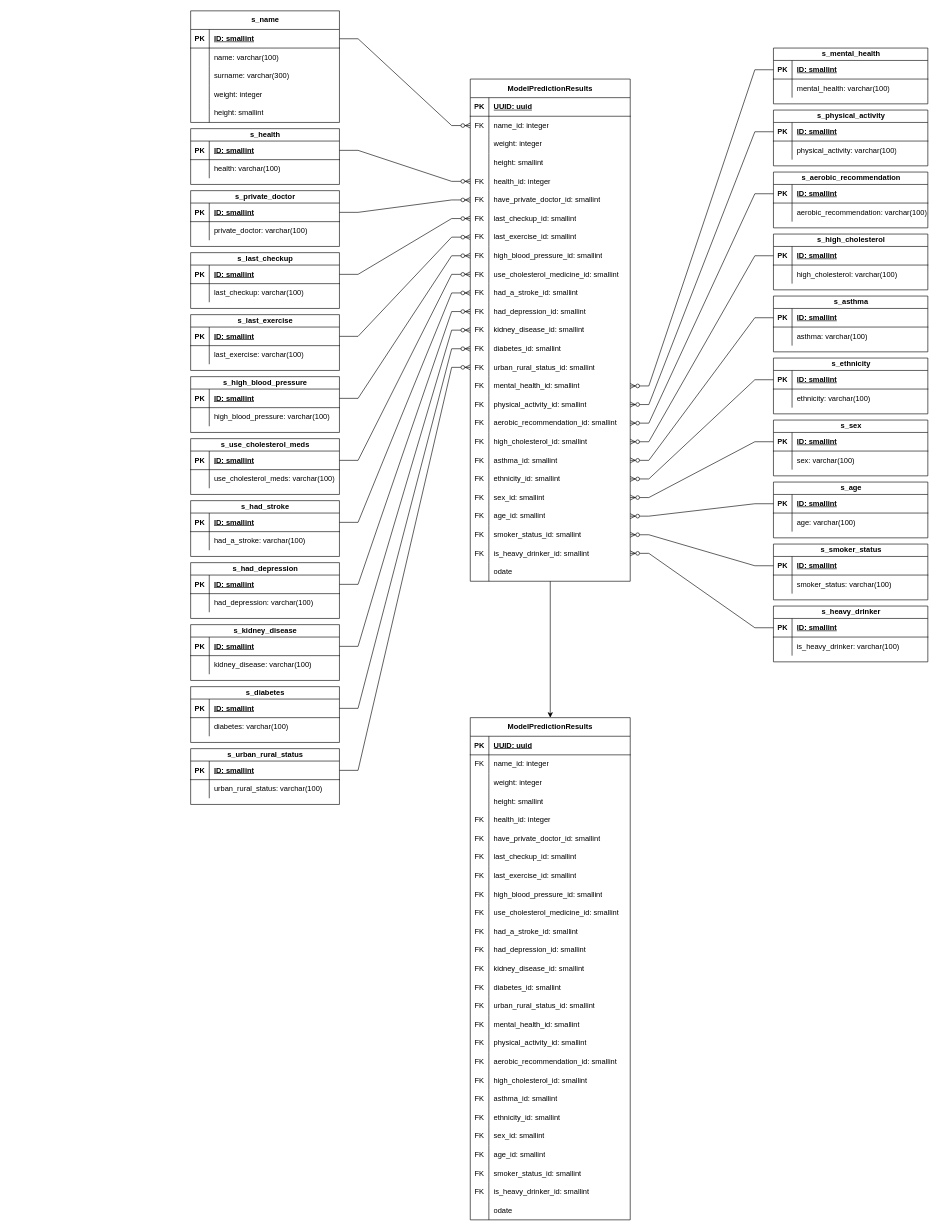
The draw.io diagram MER.drawio in GuhBrando/ml_heart_disease_prediction, before the edit. Source tidied: cells renumbered, new cells numbered last; positions are measured from the earlier drawing's top-left corner, leaving out a move shared by most shapes. Both pictures are drawn from the tidied source at 62%, with x=0, y=0 at pixel (190, 11).
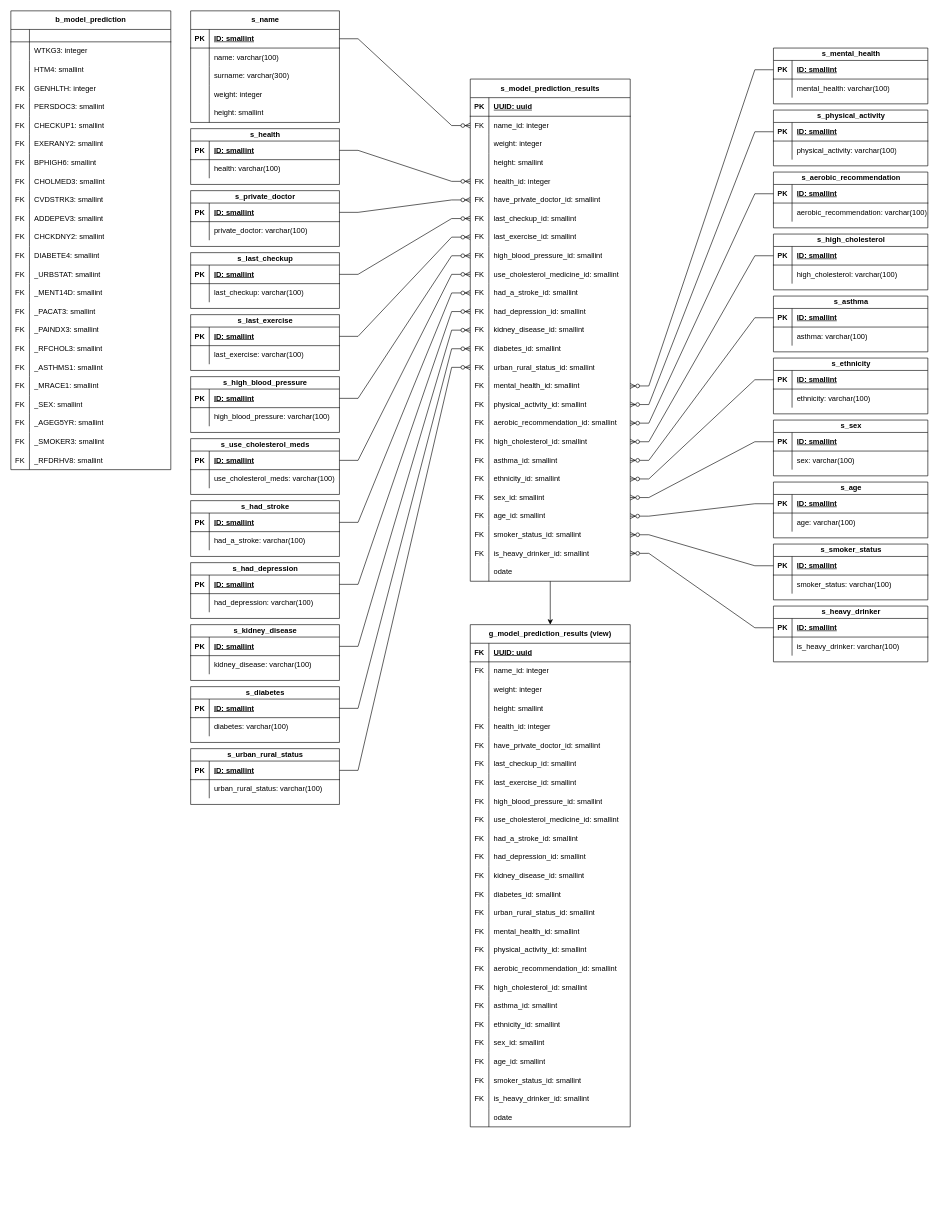
After the change.

Commit message:
Atualização MER

The change refers to these unchanged cells:
```xml
<mxCell id="290" style="shape=tableRow;horizontal=0;startSize=0;swimlaneHead=0;swimlaneBody=0;fillColor=none;top=0;left=0;right=0;bottom=1;html=1;" parent="289" vertex="1">
  <mxGeometry y="30" width="258" height="30" as="geometry" />
</mxCell>
```

Diff of the diagram source:
```diff
@@
-    <mxCell id="2" style="edgeStyle=orthogonalEdgeStyle;rounded=0;jettySize=auto;html=1;entryX=0.5;entryY=0;entryDx=0;entryDy=0;" parent="1" edge="1" source="3" target="289">
+    <mxCell id="2" style="edgeStyle=orthogonalEdgeStyle;rounded=0;jettySize=auto;html=1;" parent="1" edge="1" source="3" target="289">
       <mxGeometry relative="1" as="geometry" />
     </mxCell>
-    <mxCell id="3" value="ModelPredictionResults" style="shape=table;startSize=30;childLayout=tableLayout;rowLines=0;fontStyle=1;align=center;html=1;whiteSpace=wrap;" parent="1" vertex="1">
+    <mxCell id="3" value="s_model_prediction_results" style="shape=table;startSize=30;childLayout=tableLayout;rowLines=0;fontStyle=1;align=center;html=1;whiteSpace=wrap;" parent="1" vertex="1">
       <mxGeometry x="451" y="110" width="258" height="810" as="geometry" />
     </mxCell>
@@
-    <mxCell id="289" value="ModelPredictionResults" style="shape=table;startSize=30;childLayout=tableLayout;rowLines=0;fontStyle=1;align=center;html=1;whiteSpace=wrap;" parent="1" vertex="1">
-      <mxGeometry x="451" y="1140" width="258" height="810" as="geometry" />
+    <mxCell id="289" value="g_model_prediction_results (view)" style="shape=table;startSize=30;childLayout=tableLayout;rowLines=0;fontStyle=1;align=center;html=1;whiteSpace=wrap;" parent="1" vertex="1">
+      <mxGeometry x="451" y="990" width="258" height="810" as="geometry" />
     </mxCell>
@@
-    <mxCell id="291" value="PK" style="shape=partialRectangle;fillColor=none;top=0;left=0;bottom=0;right=0;fontStyle=1;overflow=hidden;html=1;whiteSpace=wrap;" parent="290" vertex="1">
+    <mxCell id="291" value="FK" style="shape=partialRectangle;fillColor=none;top=0;left=0;bottom=0;right=0;fontStyle=1;overflow=hidden;html=1;whiteSpace=wrap;" parent="290" vertex="1">
       <mxGeometry width="30" height="30" as="geometry" />
     </mxCell>
@@
+    <mxCell id="368" value="b_model_prediction" style="shape=table;startSize=30;childLayout=tableLayout;rowLines=0;fontStyle=1;align=center;html=1;whiteSpace=wrap;" parent="1" vertex="1">
+      <mxGeometry x="-290" width="258" height="740" as="geometry" />
+    </mxCell>
+    <mxCell id="369" style="shape=tableRow;horizontal=0;startSize=0;swimlaneHead=0;swimlaneBody=0;fillColor=none;top=0;left=0;right=0;bottom=1;html=1;" parent="368" vertex="1">
+      <mxGeometry y="30" width="258" height="20" as="geometry" />
+    </mxCell>
+    <mxCell id="370" style="shape=partialRectangle;fillColor=none;top=0;left=0;bottom=0;right=0;fontStyle=1;overflow=hidden;html=1;whiteSpace=wrap;" parent="369" vertex="1">
+      <mxGeometry width="30" height="20" as="geometry" />
+    </mxCell>
+    <mxCell id="371" style="shape=partialRectangle;fillColor=none;top=0;left=0;bottom=0;right=0;align=left;spacingLeft=6;fontStyle=5;overflow=hidden;html=1;whiteSpace=wrap;" parent="369" vertex="1">
+      <mxGeometry x="30" width="228" height="20" as="geometry" />
+    </mxCell>
+    <mxCell id="372" style="shape=tableRow;horizontal=0;startSize=0;swimlaneHead=0;swimlaneBody=0;fillColor=none;top=0;left=0;right=0;bottom=0;html=1;" parent="368" vertex="1">
+      <mxGeometry y="50" width="258" height="30" as="geometry" />
+    </mxCell>
+    <mxCell id="373" style="shape=partialRectangle;fillColor=none;top=0;left=0;bottom=0;right=0;overflow=hidden;html=1;whiteSpace=wrap;" parent="372" vertex="1">
+      <mxGeometry width="30" height="30" as="geometry" />
+    </mxCell>
+    <mxCell id="374" value="WTKG3: integer" style="shape=partialRectangle;fillColor=none;top=0;left=0;bottom=0;right=0;align=left;spacingLeft=6;overflow=hidden;html=1;whiteSpace=wrap;" parent="372" vertex="1">
+      <mxGeometry x="30" width="228" height="30" as="geometry" />
+    </mxCell>
+    <mxCell id="375" style="shape=tableRow;horizontal=0;startSize=0;swimlaneHead=0;swimlaneBody=0;fillColor=none;top=0;left=0;right=0;bottom=0;html=1;" parent="368" vertex="1">
+      <mxGeometry y="80" width="258" height="30" as="geometry" />
+    </mxCell>
+    <mxCell id="376" style="shape=partialRectangle;fillColor=none;top=0;left=0;bottom=0;right=0;overflow=hidden;html=1;whiteSpace=wrap;" parent="375" vertex="1">
+      <mxGeometry width="30" height="30" as="geometry" />
+    </mxCell>
+    <mxCell id="377" value="HTM4: smallint" style="shape=partialRectangle;fillColor=none;top=0;left=0;bottom=0;right=0;align=left;spacingLeft=6;overflow=hidden;html=1;whiteSpace=wrap;" parent="375" vertex="1">
+      <mxGeometry x="30" width="228" height="30" as="geometry" />
+    </mxCell>
+    <mxCell id="378" style="shape=tableRow;horizontal=0;startSize=0;swimlaneHead=0;swimlaneBody=0;fillColor=none;top=0;left=0;right=0;bottom=0;html=1;" parent="368" vertex="1">
+      <mxGeometry y="110" width="258" height="30" as="geometry" />
+    </mxCell>
+    <mxCell id="379" value="FK" style="shape=partialRectangle;fillColor=none;top=0;left=0;bottom=0;right=0;overflow=hidden;html=1;whiteSpace=wrap;" parent="378" vertex="1">
+      <mxGeometry width="30" height="30" as="geometry" />
+    </mxCell>
+    <mxCell id="380" value="GENHLTH: integer" style="shape=partialRectangle;fillColor=none;top=0;left=0;bottom=0;right=0;align=left;spacingLeft=6;overflow=hidden;html=1;whiteSpace=wrap;" parent="378" vertex="1">
+      <mxGeometry x="30" width="228" height="30" as="geometry" />
+    </mxCell>
+    <mxCell id="381" style="shape=tableRow;horizontal=0;startSize=0;swimlaneHead=0;swimlaneBody=0;fillColor=none;top=0;left=0;right=0;bottom=0;html=1;" parent="368" vertex="1">
+      <mxGeometry y="140" width="258" height="30" as="geometry" />
+    </mxCell>
+    <mxCell id="382" value="FK" style="shape=partialRectangle;fillColor=none;top=0;left=0;bottom=0;right=0;overflow=hidden;html=1;whiteSpace=wrap;" parent="381" vertex="1">
+      <mxGeometry width="30" height="30" as="geometry" />
+    </mxCell>
+    <mxCell id="383" value="&lt;div&gt;PERSDOC3: smallint&lt;br&gt;&lt;/div&gt;" style="shape=partialRectangle;fillColor=none;top=0;left=0;bottom=0;right=0;align=left;spacingLeft=6;overflow=hidden;html=1;whiteSpace=wrap;" parent="381" vertex="1">
+      <mxGeometry x="30" width="228" height="30" as="geometry" />
+    </mxCell>
+    <mxCell id="384" style="shape=tableRow;horizontal=0;startSize=0;swimlaneHead=0;swimlaneBody=0;fillColor=none;top=0;left=0;right=0;bottom=0;html=1;" parent="368" vertex="1">
+      <mxGeometry y="170" width="258" height="30" as="geometry" />
+    </mxCell>
+    <mxCell id="385" value="FK" style="shape=partialRectangle;fillColor=none;top=0;left=0;bottom=0;right=0;overflow=hidden;html=1;whiteSpace=wrap;" parent="384" vertex="1">
+      <mxGeometry width="30" height="30" as="geometry" />
+    </mxCell>
+    <mxCell id="386" value="CHECKUP1: smallint" style="shape=partialRectangle;fillColor=none;top=0;left=0;bottom=0;right=0;align=left;spacingLeft=6;overflow=hidden;html=1;whiteSpace=wrap;" parent="384" vertex="1">
+      <mxGeometry x="30" width="228" height="30" as="geometry" />
+    </mxCell>
+    <mxCell id="387" style="shape=tableRow;horizontal=0;startSize=0;swimlaneHead=0;swimlaneBody=0;fillColor=none;top=0;left=0;right=0;bottom=0;html=1;" parent="368" vertex="1">
+      <mxGeometry y="200" width="258" height="30" as="geometry" />
+    </mxCell>
+    <mxCell id="388" value="FK" style="shape=partialRectangle;fillColor=none;top=0;left=0;bottom=0;right=0;overflow=hidden;html=1;whiteSpace=wrap;" parent="387" vertex="1">
+      <mxGeometry width="30" height="30" as="geometry" />
+    </mxCell>
+    <mxCell id="389" value="EXERANY2: smallint" style="shape=partialRectangle;fillColor=none;top=0;left=0;bottom=0;right=0;align=left;spacingLeft=6;overflow=hidden;html=1;whiteSpace=wrap;" parent="387" vertex="1">
+      <mxGeometry x="30" width="228" height="30" as="geometry" />
+    </mxCell>
+    <mxCell id="390" style="shape=tableRow;horizontal=0;startSize=0;swimlaneHead=0;swimlaneBody=0;fillColor=none;top=0;left=0;right=0;bottom=0;html=1;" parent="368" vertex="1">
+      <mxGeometry y="230" width="258" height="30" as="geometry" />
+    </mxCell>
+    <mxCell id="391" value="FK" style="shape=partialRectangle;fillColor=none;top=0;left=0;bottom=0;right=0;overflow=hidden;html=1;whiteSpace=wrap;" parent="390" vertex="1">
+      <mxGeometry width="30" height="30" as="geometry" />
+    </mxCell>
+    <mxCell id="392" value="BPHIGH6: smallint" style="shape=partialRectangle;fillColor=none;top=0;left=0;bottom=0;right=0;align=left;spacingLeft=6;overflow=hidden;html=1;whiteSpace=wrap;" parent="390" vertex="1">
+      <mxGeometry x="30" width="228" height="30" as="geometry" />
+    </mxCell>
+    <mxCell id="393" style="shape=tableRow;horizontal=0;startSize=0;swimlaneHead=0;swimlaneBody=0;fillColor=none;top=0;left=0;right=0;bottom=0;html=1;" parent="368" vertex="1">
+      <mxGeometry y="260" width="258" height="30" as="geometry" />
+    </mxCell>
+    <mxCell id="394" value="FK" style="shape=partialRectangle;fillColor=none;top=0;left=0;bottom=0;right=0;overflow=hidden;html=1;whiteSpace=wrap;" parent="393" vertex="1">
+      <mxGeometry width="30" height="30" as="geometry" />
+    </mxCell>
+    <mxCell id="395" value="CHOLMED3: smallint" style="shape=partialRectangle;fillColor=none;top=0;left=0;bottom=0;right=0;align=left;spacingLeft=6;overflow=hidden;html=1;whiteSpace=wrap;" parent="393" vertex="1">
+      <mxGeometry x="30" width="228" height="30" as="geometry" />
+    </mxCell>
+    <mxCell id="396" style="shape=tableRow;horizontal=0;startSize=0;swimlaneHead=0;swimlaneBody=0;fillColor=none;top=0;left=0;right=0;bottom=0;html=1;" parent="368" vertex="1">
+      <mxGeometry y="290" width="258" height="30" as="geometry" />
+    </mxCell>
+    <mxCell id="397" value="FK" style="shape=partialRectangle;fillColor=none;top=0;left=0;bottom=0;right=0;overflow=hidden;html=1;whiteSpace=wrap;" parent="396" vertex="1">
+      <mxGeometry width="30" height="30" as="geometry" />
+    </mxCell>
+    <mxCell id="398" value="CVDSTRK3: smallint" style="shape=partialRectangle;fillColor=none;top=0;left=0;bottom=0;right=0;align=left;spacingLeft=6;overflow=hidden;html=1;whiteSpace=wrap;" parent="396" vertex="1">
+      <mxGeometry x="30" width="228" height="30" as="geometry" />
+    </mxCell>
+    <mxCell id="399" style="shape=tableRow;horizontal=0;startSize=0;swimlaneHead=0;swimlaneBody=0;fillColor=none;top=0;left=0;right=0;bottom=0;html=1;" parent="368" vertex="1">
+      <mxGeometry y="320" width="258" height="30" as="geometry" />
+    </mxCell>
+    <mxCell id="400" value="FK" style="shape=partialRectangle;fillColor=none;top=0;left=0;bottom=0;right=0;overflow=hidden;html=1;whiteSpace=wrap;" parent="399" vertex="1">
+      <mxGeometry width="30" height="30" as="geometry" />
+    </mxCell>
+    <mxCell id="401" value="ADDEPEV3: smallint" style="shape=partialRectangle;fillColor=none;top=0;left=0;bottom=0;right=0;align=left;spacingLeft=6;overflow=hidden;html=1;whiteSpace=wrap;" parent="399" vertex="1">
+      <mxGeometry x="30" width="228" height="30" as="geometry" />
+    </mxCell>
+    <mxCell id="402" style="shape=tableRow;horizontal=0;startSize=0;swimlaneHead=0;swimlaneBody=0;fillColor=none;top=0;left=0;right=0;bottom=0;html=1;" parent="368" vertex="1">
+      <mxGeometry y="350" width="258" height="30" as="geometry" />
+    </mxCell>
+    <mxCell id="403" value="FK" style="shape=partialRectangle;fillColor=none;top=0;left=0;bottom=0;right=0;overflow=hidden;html=1;whiteSpace=wrap;" parent="402" vertex="1">
+      <mxGeometry width="30" height="30" as="geometry" />
+    </mxCell>
+    <mxCell id="404" value="CHCKDNY2: smallint" style="shape=partialRectangle;fillColor=none;top=0;left=0;bottom=0;right=0;align=left;spacingLeft=6;overflow=hidden;html=1;whiteSpace=wrap;" parent="402" vertex="1">
+      <mxGeometry x="30" width="228" height="30" as="geometry" />
+    </mxCell>
+    <mxCell id="405" style="shape=tableRow;horizontal=0;startSize=0;swimlaneHead=0;swimlaneBody=0;fillColor=none;top=0;left=0;right=0;bottom=0;html=1;" parent="368" vertex="1">
+      <mxGeometry y="380" width="258" height="30" as="geometry" />
+    </mxCell>
+    <mxCell id="406" value="FK" style="shape=partialRectangle;fillColor=none;top=0;left=0;bottom=0;right=0;overflow=hidden;html=1;whiteSpace=wrap;" parent="405" vertex="1">
+      <mxGeometry width="30" height="30" as="geometry" />
+    </mxCell>
+    <mxCell id="407" value="DIABETE4: smallint" style="shape=partialRectangle;fillColor=none;top=0;left=0;bottom=0;right=0;align=left;spacingLeft=6;overflow=hidden;html=1;whiteSpace=wrap;" parent="405" vertex="1">
+      <mxGeometry x="30" width="228" height="30" as="geometry" />
+    </mxCell>
+    <mxCell id="408" style="shape=tableRow;horizontal=0;startSize=0;swimlaneHead=0;swimlaneBody=0;fillColor=none;top=0;left=0;right=0;bottom=0;html=1;" parent="368" vertex="1">
+      <mxGeometry y="410" width="258" height="30" as="geometry" />
+    </mxCell>
+    <mxCell id="409" value="FK" style="shape=partialRectangle;fillColor=none;top=0;left=0;bottom=0;right=0;overflow=hidden;html=1;whiteSpace=wrap;" parent="408" vertex="1">
+      <mxGeometry width="30" height="30" as="geometry" />
+    </mxCell>
+    <mxCell id="410" value="_URBSTAT: smallint" style="shape=partialRectangle;fillColor=none;top=0;left=0;bottom=0;right=0;align=left;spacingLeft=6;overflow=hidden;html=1;whiteSpace=wrap;" parent="408" vertex="1">
+      <mxGeometry x="30" width="228" height="30" as="geometry" />
+    </mxCell>
+    <mxCell id="411" style="shape=tableRow;horizontal=0;startSize=0;swimlaneHead=0;swimlaneBody=0;fillColor=none;top=0;left=0;right=0;bottom=0;html=1;" parent="368" vertex="1">
+      <mxGeometry y="440" width="258" height="30" as="geometry" />
+    </mxCell>
+    <mxCell id="412" value="FK" style="shape=partialRectangle;fillColor=none;top=0;left=0;bottom=0;right=0;overflow=hidden;html=1;whiteSpace=wrap;" parent="411" vertex="1">
+      <mxGeometry width="30" height="30" as="geometry" />
+    </mxCell>
+    <mxCell id="413" value="_MENT14D: smallint" style="shape=partialRectangle;fillColor=none;top=0;left=0;bottom=0;right=0;align=left;spacingLeft=6;overflow=hidden;html=1;whiteSpace=wrap;" parent="411" vertex="1">
+      <mxGeometry x="30" width="228" height="30" as="geometry" />
+    </mxCell>
+    <mxCell id="414" style="shape=tableRow;horizontal=0;startSize=0;swimlaneHead=0;swimlaneBody=0;fillColor=none;top=0;left=0;right=0;bottom=0;html=1;" parent="368" vertex="1">
+      <mxGeometry y="470" width="258" height="30" as="geometry" />
+    </mxCell>
+    <mxCell id="415" value="FK" style="shape=partialRectangle;fillColor=none;top=0;left=0;bottom=0;right=0;overflow=hidden;html=1;whiteSpace=wrap;" parent="414" vertex="1">
+      <mxGeometry width="30" height="30" as="geometry" />
+    </mxCell>
+    <mxCell id="416" value="_PACAT3: smallint" style="shape=partialRectangle;fillColor=none;top=0;left=0;bottom=0;right=0;align=left;spacingLeft=6;overflow=hidden;html=1;whiteSpace=wrap;" parent="414" vertex="1">
+      <mxGeometry x="30" width="228" height="30" as="geometry" />
+    </mxCell>
+    <mxCell id="417" style="shape=tableRow;horizontal=0;startSize=0;swimlaneHead=0;swimlaneBody=0;fillColor=none;top=0;left=0;right=0;bottom=0;html=1;" parent="368" vertex="1">
+      <mxGeometry y="500" width="258" height="30" as="geometry" />
+    </mxCell>
+    <mxCell id="418" value="FK" style="shape=partialRectangle;fillColor=none;top=0;left=0;bottom=0;right=0;overflow=hidden;html=1;whiteSpace=wrap;" parent="417" vertex="1">
+      <mxGeometry width="30" height="30" as="geometry" />
+    </mxCell>
+    <mxCell id="419" value="_PAINDX3: smallint" style="shape=partialRectangle;fillColor=none;top=0;left=0;bottom=0;right=0;align=left;spacingLeft=6;overflow=hidden;html=1;whiteSpace=wrap;" parent="417" vertex="1">
+      <mxGeometry x="30" width="228" height="30" as="geometry" />
+    </mxCell>
+    <mxCell id="420" style="shape=tableRow;horizontal=0;startSize=0;swimlaneHead=0;swimlaneBody=0;fillColor=none;top=0;left=0;right=0;bottom=0;html=1;" parent="368" vertex="1">
+      <mxGeometry y="530" width="258" height="30" as="geometry" />
+    </mxCell>
+    <mxCell id="421" value="FK" style="shape=partialRectangle;fillColor=none;top=0;left=0;bottom=0;right=0;overflow=hidden;html=1;whiteSpace=wrap;" parent="420" vertex="1">
+      <mxGeometry width="30" height="30" as="geometry" />
+    </mxCell>
+    <mxCell id="422" value="_RFCHOL3: smallint" style="shape=partialRectangle;fillColor=none;top=0;left=0;bottom=0;right=0;align=left;spacingLeft=6;overflow=hidden;html=1;whiteSpace=wrap;" parent="420" vertex="1">
+      <mxGeometry x="30" width="228" height="30" as="geometry" />
+    </mxCell>
+    <mxCell id="423" style="shape=tableRow;horizontal=0;startSize=0;swimlaneHead=0;swimlaneBody=0;fillColor=none;top=0;left=0;right=0;bottom=0;html=1;" parent="368" vertex="1">
+      <mxGeometry y="560" width="258" height="30" as="geometry" />
+    </mxCell>
+    <mxCell id="424" value="FK" style="shape=partialRectangle;fillColor=none;top=0;left=0;bottom=0;right=0;overflow=hidden;html=1;whiteSpace=wrap;" parent="423" vertex="1">
+      <mxGeometry width="30" height="30" as="geometry" />
+    </mxCell>
+    <mxCell id="425" value="_ASTHMS1: smallint" style="shape=partialRectangle;fillColor=none;top=0;left=0;bottom=0;right=0;align=left;spacingLeft=6;overflow=hidden;html=1;whiteSpace=wrap;" parent="423" vertex="1">
+      <mxGeometry x="30" width="228" height="30" as="geometry" />
+    </mxCell>
+    <mxCell id="426" style="shape=tableRow;horizontal=0;startSize=0;swimlaneHead=0;swimlaneBody=0;fillColor=none;top=0;left=0;right=0;bottom=0;html=1;" parent="368" vertex="1">
+      <mxGeometry y="590" width="258" height="30" as="geometry" />
+    </mxCell>
+    <mxCell id="427" value="FK" style="shape=partialRectangle;fillColor=none;top=0;left=0;bottom=0;right=0;overflow=hidden;html=1;whiteSpace=wrap;" parent="426" vertex="1">
+      <mxGeometry width="30" height="30" as="geometry" />
+    </mxCell>
+    <mxCell id="428" value="_MRACE1: smallint" style="shape=partialRectangle;fillColor=none;top=0;left=0;bottom=0;right=0;align=left;spacingLeft=6;overflow=hidden;html=1;whiteSpace=wrap;" parent="426" vertex="1">
+      <mxGeometry x="30" width="228" height="30" as="geometry" />
+    </mxCell>
+    <mxCell id="429" style="shape=tableRow;horizontal=0;startSize=0;swimlaneHead=0;swimlaneBody=0;fillColor=none;top=0;left=0;right=0;bottom=0;html=1;" parent="368" vertex="1">
+      <mxGeometry y="620" width="258" height="30" as="geometry" />
+    </mxCell>
+    <mxCell id="430" value="FK" style="shape=partialRectangle;fillColor=none;top=0;left=0;bottom=0;right=0;overflow=hidden;html=1;whiteSpace=wrap;" parent="429" vertex="1">
+      <mxGeometry width="30" height="30" as="geometry" />
+    </mxCell>
+    <mxCell id="431" value="_SEX: smallint" style="shape=partialRectangle;fillColor=none;top=0;left=0;bottom=0;right=0;align=left;spacingLeft=6;overflow=hidden;html=1;whiteSpace=wrap;" parent="429" vertex="1">
+      <mxGeometry x="30" width="228" height="30" as="geometry" />
+    </mxCell>
+    <mxCell id="432" style="shape=tableRow;horizontal=0;startSize=0;swimlaneHead=0;swimlaneBody=0;fillColor=none;top=0;left=0;right=0;bottom=0;html=1;" parent="368" vertex="1">
+      <mxGeometry y="650" width="258" height="30" as="geometry" />
+    </mxCell>
+    <mxCell id="433" value="FK" style="shape=partialRectangle;fillColor=none;top=0;left=0;bottom=0;right=0;overflow=hidden;html=1;whiteSpace=wrap;" parent="432" vertex="1">
+      <mxGeometry width="30" height="30" as="geometry" />
+    </mxCell>
+    <mxCell id="434" value="_AGEG5YR: smallint" style="shape=partialRectangle;fillColor=none;top=0;left=0;bottom=0;right=0;align=left;spacingLeft=6;overflow=hidden;html=1;whiteSpace=wrap;" parent="432" vertex="1">
+      <mxGeometry x="30" width="228" height="30" as="geometry" />
+    </mxCell>
+    <mxCell id="435" style="shape=tableRow;horizontal=0;startSize=0;swimlaneHead=0;swimlaneBody=0;fillColor=none;top=0;left=0;right=0;bottom=0;html=1;" parent="368" vertex="1">
+      <mxGeometry y="680" width="258" height="30" as="geometry" />
+    </mxCell>
+    <mxCell id="436" value="FK" style="shape=partialRectangle;fillColor=none;top=0;left=0;bottom=0;right=0;overflow=hidden;html=1;whiteSpace=wrap;" parent="435" vertex="1">
+      <mxGeometry width="30" height="30" as="geometry" />
+    </mxCell>
+    <mxCell id="437" value="_SMOKER3: smallint" style="shape=partialRectangle;fillColor=none;top=0;left=0;bottom=0;right=0;align=left;spacingLeft=6;overflow=hidden;html=1;whiteSpace=wrap;" parent="435" vertex="1">
+      <mxGeometry x="30" width="228" height="30" as="geometry" />
+    </mxCell>
+    <mxCell id="438" style="shape=tableRow;horizontal=0;startSize=0;swimlaneHead=0;swimlaneBody=0;fillColor=none;top=0;left=0;right=0;bottom=0;html=1;" parent="368" vertex="1">
+      <mxGeometry y="710" width="258" height="30" as="geometry" />
+    </mxCell>
+    <mxCell id="439" value="FK" style="shape=partialRectangle;fillColor=none;top=0;left=0;bottom=0;right=0;overflow=hidden;html=1;whiteSpace=wrap;" parent="438" vertex="1">
+      <mxGeometry width="30" height="30" as="geometry" />
+    </mxCell>
+    <mxCell id="440" value="_RFDRHV8: smallint" style="shape=partialRectangle;fillColor=none;top=0;left=0;bottom=0;right=0;align=left;spacingLeft=6;overflow=hidden;html=1;whiteSpace=wrap;" parent="438" vertex="1">
+      <mxGeometry x="30" width="228" height="30" as="geometry" />
+    </mxCell>
```
